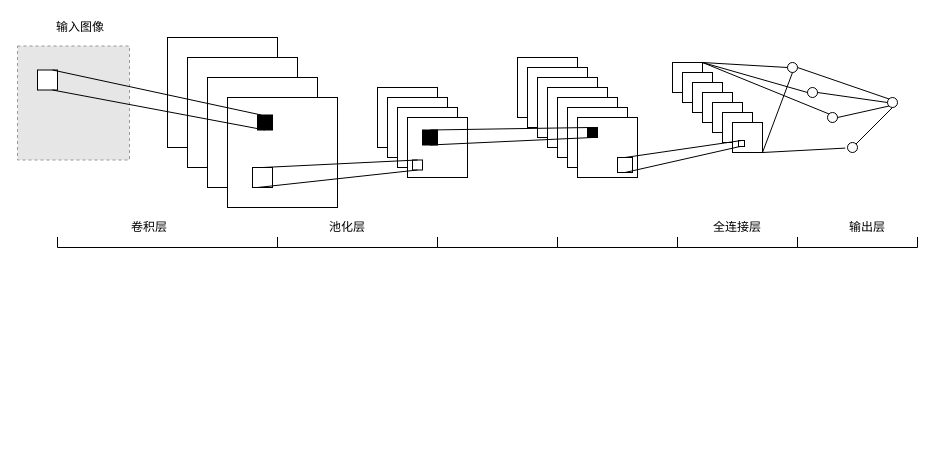
This is page "第 3 页" (3 of 4) of img/ResNet50结构图.drawio from xjhjinhui/Hydraplus_Net, a draw.io file, before an edit. Source tidied: cells renumbered, new cells numbered last; positions are measured from the earlier drawing's top-left corner, leaving out a move shared by most shapes. Both pictures are drawn from the tidied source at 100%, with x=0, y=0 at pixel (17, 17). Pictures stored in the file or linked from it are replaced by grey dashed boxes.
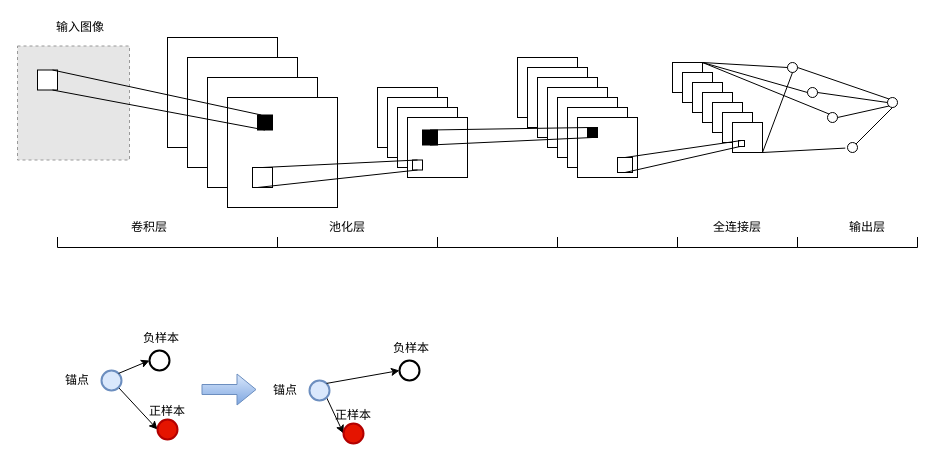
After the change.

Diff of the diagram source:
```diff
@@
+    <mxCell id="77" style="endArrow=classic;html=1;exitX=0.855;exitY=0.855;exitDx=0;exitDy=0;exitPerimeter=0;entryX=0;entryY=0.5;entryDx=0;entryDy=0;entryPerimeter=0;" parent="1" edge="1" source="85" target="82">
+      <mxGeometry relative="1" as="geometry" />
+    </mxCell>
+    <mxCell id="78" style="group;" parent="1" vertex="1">
+      <mxGeometry x="124" y="311" width="40" height="42" as="geometry" />
+    </mxCell>
+    <mxCell id="79" style="strokeWidth=2;html=1;shape=mxgraph.flowchart.start_2;whiteSpace=wrap;fillColor=none;" parent="78" vertex="1">
+      <mxGeometry x="8" y="22" width="20" height="20" as="geometry" />
+    </mxCell>
+    <mxCell id="80" value="负样本" style="text;html=1;strokeColor=none;fillColor=none;align=center;verticalAlign=middle;whiteSpace=wrap;rounded=0;" parent="78" vertex="1">
+      <mxGeometry width="40" height="20" as="geometry" />
+    </mxCell>
+    <mxCell id="81" style="group;" parent="1" vertex="1">
+      <mxGeometry x="130" y="384" width="40" height="38" as="geometry" />
+    </mxCell>
+    <mxCell id="82" style="strokeWidth=2;html=1;shape=mxgraph.flowchart.start_2;whiteSpace=wrap;fillColor=#e51400;strokeColor=#B20000;fontColor=#ffffff;" parent="81" vertex="1">
+      <mxGeometry x="10" y="18" width="20" height="20" as="geometry" />
+    </mxCell>
+    <mxCell id="83" value="正样本" style="text;html=1;strokeColor=none;fillColor=none;align=center;verticalAlign=middle;whiteSpace=wrap;rounded=0;" parent="81" vertex="1">
+      <mxGeometry width="40" height="20" as="geometry" />
+    </mxCell>
+    <mxCell id="84" style="group;" parent="1" vertex="1">
+      <mxGeometry x="40" y="353" width="64" height="20" as="geometry" />
+    </mxCell>
+    <mxCell id="85" style="strokeWidth=2;html=1;shape=mxgraph.flowchart.start_2;whiteSpace=wrap;fillColor=#dae8fc;strokeColor=#6c8ebf;" parent="84" vertex="1">
+      <mxGeometry x="44" width="20" height="20" as="geometry" />
+    </mxCell>
+    <mxCell id="86" value="锚点" style="text;html=1;strokeColor=none;fillColor=none;align=center;verticalAlign=middle;whiteSpace=wrap;rounded=0;" parent="84" vertex="1">
+      <mxGeometry width="40" height="20" as="geometry" />
+    </mxCell>
+    <mxCell id="87" style="endArrow=classic;html=1;exitX=0.855;exitY=0.145;exitDx=0;exitDy=0;exitPerimeter=0;entryX=0;entryY=0.5;entryDx=0;entryDy=0;entryPerimeter=0;" parent="1" edge="1" source="85" target="79">
+      <mxGeometry relative="1" as="geometry" />
+    </mxCell>
+    <mxCell id="88" style="endArrow=classic;html=1;exitX=0.855;exitY=0.855;exitDx=0;exitDy=0;exitPerimeter=0;entryX=0;entryY=0.5;entryDx=0;entryDy=0;entryPerimeter=0;" parent="1" edge="1" source="96" target="93">
+      <mxGeometry relative="1" as="geometry" />
+    </mxCell>
+    <mxCell id="89" style="group;" parent="1" vertex="1">
+      <mxGeometry x="374" y="321" width="40" height="42" as="geometry" />
+    </mxCell>
+    <mxCell id="90" style="strokeWidth=2;html=1;shape=mxgraph.flowchart.start_2;whiteSpace=wrap;fillColor=none;" parent="89" vertex="1">
+      <mxGeometry x="8" y="22" width="20" height="20" as="geometry" />
+    </mxCell>
+    <mxCell id="91" value="负样本" style="text;html=1;strokeColor=none;fillColor=none;align=center;verticalAlign=middle;whiteSpace=wrap;rounded=0;" parent="89" vertex="1">
+      <mxGeometry width="40" height="20" as="geometry" />
+    </mxCell>
+    <mxCell id="92" style="group;" parent="1" vertex="1">
+      <mxGeometry x="316" y="388" width="40" height="38" as="geometry" />
+    </mxCell>
+    <mxCell id="93" style="strokeWidth=2;html=1;shape=mxgraph.flowchart.start_2;whiteSpace=wrap;fillColor=#e51400;strokeColor=#B20000;fontColor=#ffffff;" parent="92" vertex="1">
+      <mxGeometry x="10" y="18" width="20" height="20" as="geometry" />
+    </mxCell>
+    <mxCell id="94" value="正样本" style="text;html=1;strokeColor=none;fillColor=none;align=center;verticalAlign=middle;whiteSpace=wrap;rounded=0;" parent="92" vertex="1">
+      <mxGeometry width="40" height="20" as="geometry" />
+    </mxCell>
+    <mxCell id="95" style="group;" parent="1" vertex="1">
+      <mxGeometry x="248" y="363" width="64" height="20" as="geometry" />
+    </mxCell>
+    <mxCell id="96" style="strokeWidth=2;html=1;shape=mxgraph.flowchart.start_2;whiteSpace=wrap;fillColor=#dae8fc;strokeColor=#6c8ebf;" parent="95" vertex="1">
+      <mxGeometry x="44" width="20" height="20" as="geometry" />
+    </mxCell>
+    <mxCell id="97" value="锚点" style="text;html=1;strokeColor=none;fillColor=none;align=center;verticalAlign=middle;whiteSpace=wrap;rounded=0;" parent="95" vertex="1">
+      <mxGeometry width="40" height="20" as="geometry" />
+    </mxCell>
+    <mxCell id="98" style="endArrow=classic;html=1;exitX=0.855;exitY=0.145;exitDx=0;exitDy=0;exitPerimeter=0;entryX=0;entryY=0.5;entryDx=0;entryDy=0;entryPerimeter=0;" parent="1" edge="1" source="96" target="90">
+      <mxGeometry relative="1" as="geometry" />
+    </mxCell>
+    <mxCell id="99" style="shape=flexArrow;endArrow=classic;html=1;fillColor=#dae8fc;strokeColor=#6c8ebf;gradientColor=#7ea6e0;" parent="1" edge="1">
+      <mxGeometry relative="1" as="geometry">
+        <mxPoint x="184" y="372" as="sourcePoint" />
+        <mxPoint x="239" y="372" as="targetPoint" />
+      </mxGeometry>
+    </mxCell>
```
